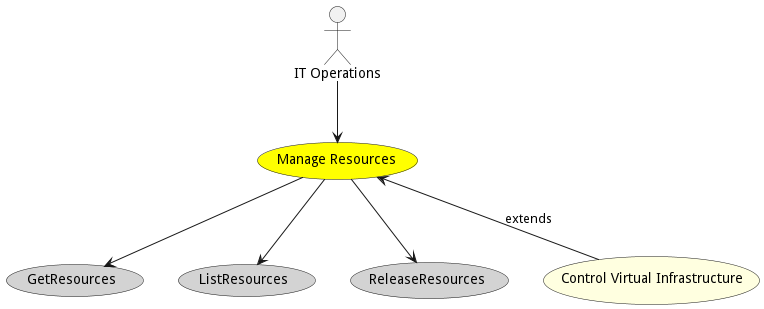
This is docs/edgemere/sdi/usecases/ManageResources/Activities.png from madajaju/edgemere, a PlantUML export, as it was before one commit. The source it was exported from:
```plantuml
@startuml


usecase "Manage Resources" as ManageResources #yellow

Actor "IT Operations" as ITOperations

ITOperations --> ManageResources



usecase "GetResources" as GetResources #lightgrey

ManageResources --> GetResources

usecase "ListResources" as ListResources #lightgrey

ManageResources --> ListResources

usecase "ReleaseResources" as ReleaseResources #lightgrey

ManageResources --> ReleaseResources



usecase "Control Virtual Infrastructure" as ControlVirtualInfrastructure #lightyellow

ManageResources <-- ControlVirtualInfrastructure : extends







@enduml
```
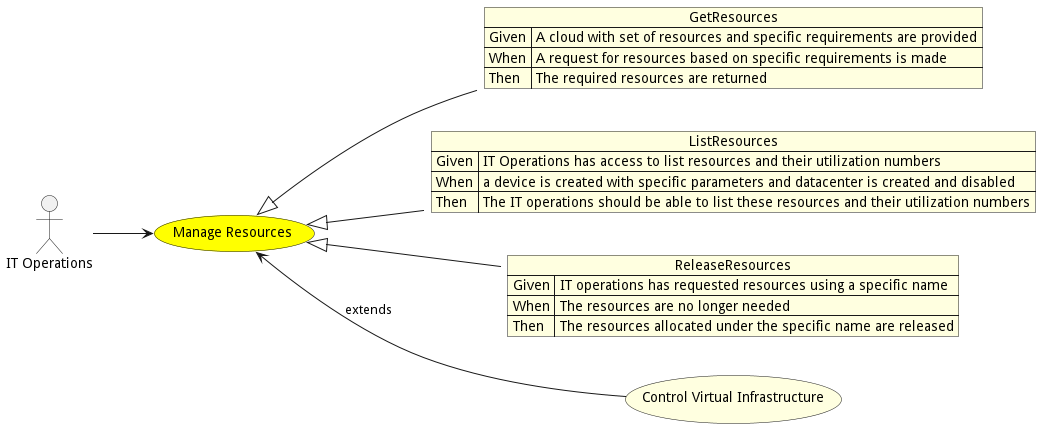
Later version of the same file.

Diff of the diagram source:
```diff
@@ -1,5 +1,7 @@
 @startuml
 
+
+left to right direction
 
 usecase "Manage Resources" as ManageResources #yellow
 
@@ -9,17 +11,29 @@
 
 
 
-usecase "GetResources" as GetResources #lightgrey
+json GetResources #lightyellow {
+    "Given": "A cloud with set of resources and specific requirements are provided",
+    "When": "A request for resources based on specific requirements is made",
+    "Then": "The required resources are returned"
+}
 
-ManageResources --> GetResources
+ManageResources <|-- GetResources
 
-usecase "ListResources" as ListResources #lightgrey
+json ListResources #lightyellow {
+    "Given": "IT Operations has access to list resources and their utilization numbers",
+    "When": "a device is created with specific parameters and datacenter is created and disabled",
+    "Then": "The IT operations should be able to list these resources and their utilization numbers"
+}
 
-ManageResources --> ListResources
+ManageResources <|-- ListResources
 
-usecase "ReleaseResources" as ReleaseResources #lightgrey
+json ReleaseResources #lightyellow {
+    "Given": "IT operations has requested resources using a specific name",
+    "When": "The resources are no longer needed",
+    "Then": "The resources allocated under the specific name are released"
+}
 
-ManageResources --> ReleaseResources
+ManageResources <|-- ReleaseResources
 
 
 
```
